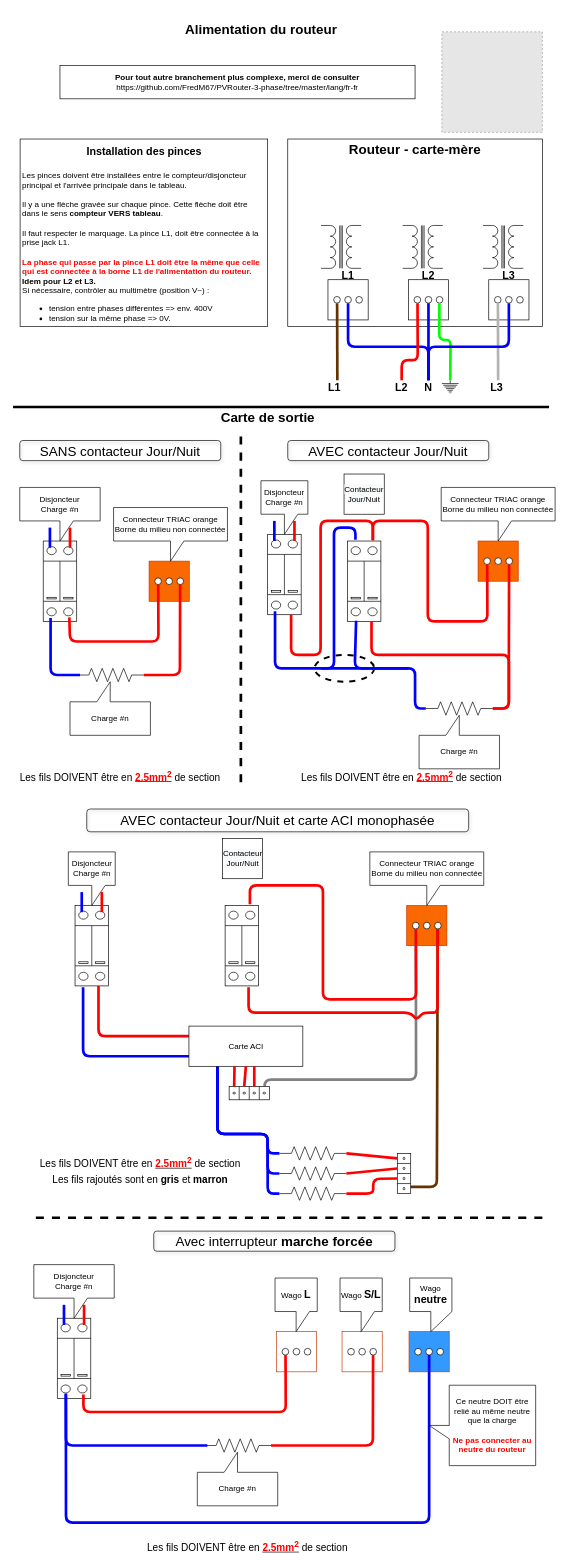
This is docs/HowToInstall.drawio from FredM67/PVRouter-3-phase, a draw.io file, before an edit. Source tidied: cells renumbered, new cells numbered last; positions are measured from the earlier drawing's top-left corner, leaving out a move shared by most shapes. Both pictures are drawn from the tidied source at 67%, with x=0, y=0 at pixel (13, 18). Pictures stored in the file or linked from it are replaced by grey dashed boxes.
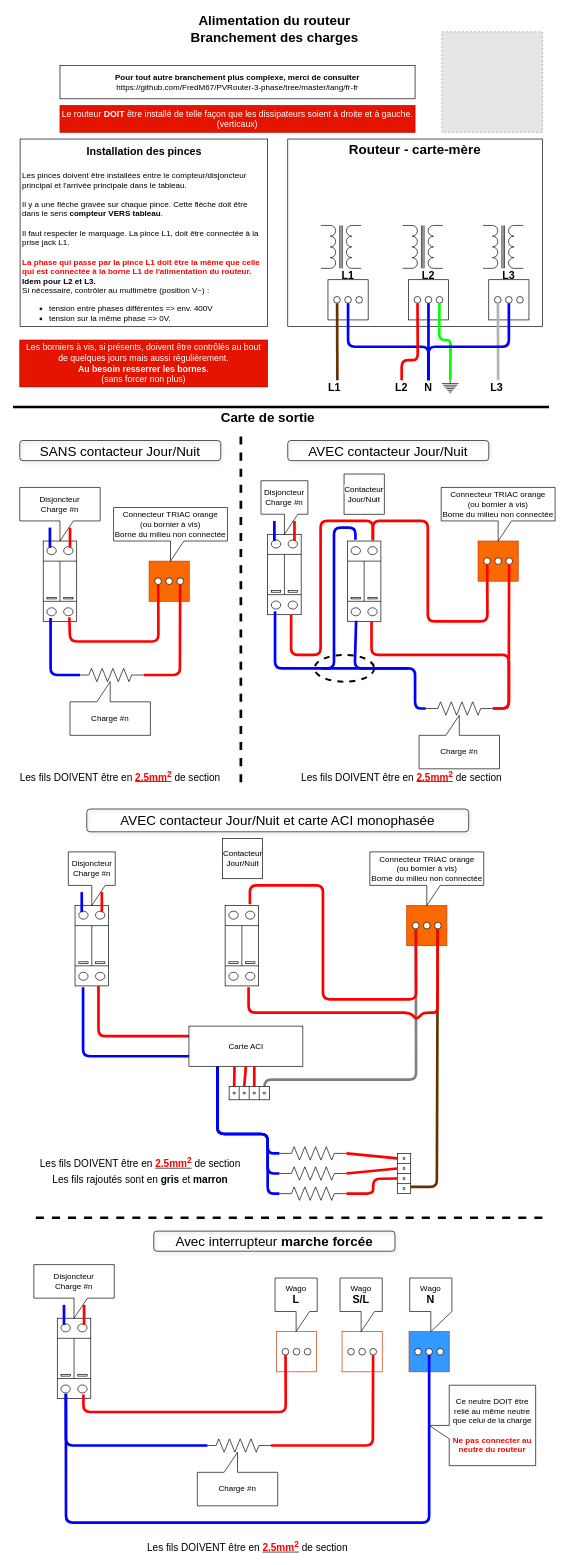
After the change.

The change refers to these unchanged cells:
```xml
<mxCell id="71" style="group;" parent="1" vertex="1">
  <mxGeometry x="82.5" y="1269" width="685" height="540" as="geometry" />
</mxCell>
```

Diff of the diagram source:
```diff
@@
-    <mxCell id="33" value="Connecteur TRIAC orange&lt;br&gt;Borne du milieu non connectée" style="shape=callout;whiteSpace=wrap;html=1;perimeter=calloutPerimeter;" parent="1" vertex="1">
+    <mxCell id="33" value="Connecteur TRIAC orange&lt;br&gt;(ou bornier à vis)&lt;br&gt;Borne du milieu non connectée" style="shape=callout;whiteSpace=wrap;html=1;perimeter=calloutPerimeter;" parent="1" vertex="1">
       <mxGeometry x="150" y="730" width="170" height="80" as="geometry" />
     </mxCell>
@@
-    <mxCell id="51" value="Alimentation du routeur" style="text;html=1;align=center;verticalAlign=middle;fontStyle=1;fontSize=20;" parent="1" vertex="1">
-      <mxGeometry x="250" width="240" height="30" as="geometry" />
+    <mxCell id="51" value="Alimentation du routeur&lt;br&gt;Branchement des charges" style="text;html=1;align=center;verticalAlign=middle;fontStyle=1;fontSize=20;" parent="1" vertex="1">
+      <mxGeometry x="254.5" y="-10" width="270" height="50" as="geometry" />
     </mxCell>
@@
-    <mxCell id="55" value="Connecteur TRIAC orange&lt;br&gt;Borne du milieu non connectée" style="shape=callout;whiteSpace=wrap;html=1;perimeter=calloutPerimeter;" parent="1" vertex="1">
+    <mxCell id="55" value="Connecteur TRIAC orange&lt;br&gt;(ou bornier à vis)&lt;br&gt;Borne du milieu non connectée" style="shape=callout;whiteSpace=wrap;html=1;perimeter=calloutPerimeter;" parent="1" vertex="1">
       <mxGeometry x="639" y="700" width="170" height="80" as="geometry" />
     </mxCell>
@@
-    <mxCell id="74" value="Connecteur TRIAC orange&lt;br&gt;Borne du milieu non connectée" style="shape=callout;whiteSpace=wrap;html=1;perimeter=calloutPerimeter;" parent="71" vertex="1">
+    <mxCell id="74" value="Connecteur TRIAC orange&lt;br&gt;(ou bornier à vis)&lt;br&gt;Borne du milieu non connectée" style="shape=callout;whiteSpace=wrap;html=1;perimeter=calloutPerimeter;" parent="71" vertex="1">
       <mxGeometry x="450" y="-25" width="170" height="80" as="geometry" />
     </mxCell>
@@
-    <mxCell id="121" value="Wago &lt;b&gt;&lt;font style=&quot;font-size: 16px&quot;&gt;L&lt;/font&gt;&lt;/b&gt;" style="shape=callout;whiteSpace=wrap;html=1;perimeter=calloutPerimeter;" parent="1" vertex="1">
+    <mxCell id="121" value="Wago&lt;br&gt;&lt;b&gt;&lt;font style=&quot;font-size: 16px&quot;&gt;L&lt;/font&gt;&lt;/b&gt;" style="shape=callout;whiteSpace=wrap;html=1;perimeter=calloutPerimeter;" parent="1" vertex="1">
       <mxGeometry x="391" y="1880" width="63" height="80" as="geometry" />
     </mxCell>
-    <mxCell id="122" value="Wago &lt;b style=&quot;font-size: 16px&quot;&gt;S/L&lt;/b&gt;" style="shape=callout;whiteSpace=wrap;html=1;perimeter=calloutPerimeter;" parent="1" vertex="1">
+    <mxCell id="122" value="Wago&lt;br&gt;&lt;b style=&quot;font-size: 16px&quot;&gt;S/L&lt;/b&gt;" style="shape=callout;whiteSpace=wrap;html=1;perimeter=calloutPerimeter;" parent="1" vertex="1">
       <mxGeometry x="488" y="1880" width="63" height="80" as="geometry" />
     </mxCell>
-    <mxCell id="123" value="Wago &lt;span style=&quot;font-size: 16px&quot;&gt;&lt;b&gt;neutre&lt;/b&gt;&lt;/span&gt;" style="shape=callout;whiteSpace=wrap;html=1;perimeter=calloutPerimeter;base=63;" parent="1" vertex="1">
+    <mxCell id="123" value="Wago&lt;br&gt;&lt;span style=&quot;font-size: 16px&quot;&gt;&lt;b&gt;N&lt;/b&gt;&lt;/span&gt;" style="shape=callout;whiteSpace=wrap;html=1;perimeter=calloutPerimeter;base=63;" parent="1" vertex="1">
       <mxGeometry x="592" y="1880" width="63" height="80" as="geometry" />
     </mxCell>
@@
-    <mxCell id="125" value="Ce neutre DOIT être relié au même neutre que la charge&lt;br&gt;&lt;br&gt;&lt;b&gt;&lt;font color=&quot;#ff0000&quot;&gt;Ne pas connecter au neutre du routeur&lt;/font&gt;&lt;/b&gt;" style="shape=callout;whiteSpace=wrap;html=1;perimeter=calloutPerimeter;direction=south;" parent="1" vertex="1">
+    <mxCell id="125" value="Ce neutre DOIT être relié au même neutre que celui de la charge&lt;br&gt;&lt;br&gt;&lt;b&gt;&lt;font color=&quot;#ff0000&quot;&gt;Ne pas connecter au neutre du routeur&lt;/font&gt;&lt;/b&gt;" style="shape=callout;whiteSpace=wrap;html=1;perimeter=calloutPerimeter;direction=south;" parent="1" vertex="1">
       <mxGeometry x="621" y="2040" width="159" height="120" as="geometry" />
     </mxCell>
@@
+    <mxCell id="127" value="&lt;font style=&quot;font-size: 13px&quot;&gt;Le routeur &lt;b&gt;DOIT&lt;/b&gt; être installé de telle façon que les dissipateurs soient à droite et à gauche. (verticaux)&lt;/font&gt;&lt;b style=&quot;font-size: 12px&quot;&gt;&lt;br&gt;&lt;/b&gt;" style="rounded=0;whiteSpace=wrap;html=1;fillColor=#e51400;strokeColor=#B20000;fontColor=#ffffff;" parent="1" vertex="1">
+      <mxGeometry x="70" y="130" width="530" height="40" as="geometry" />
+    </mxCell>
+    <mxCell id="128" value="&lt;font style=&quot;font-size: 13px&quot;&gt;Les borniers à vis, si présents, doivent être contrôlés au bout de quelques jours mais aussi régulièrement.&lt;br&gt;&lt;b&gt;Au besoin resserrer les bornes.&lt;br&gt;&lt;/b&gt;(sans forcer non plus)&lt;/font&gt;&lt;b style=&quot;font-size: 12px&quot;&gt;&lt;br&gt;&lt;/b&gt;" style="rounded=0;whiteSpace=wrap;html=1;fillColor=#e51400;strokeColor=#B20000;fontColor=#ffffff;" parent="1" vertex="1">
+      <mxGeometry x="10" y="480" width="370" height="70" as="geometry" />
+    </mxCell>
```
